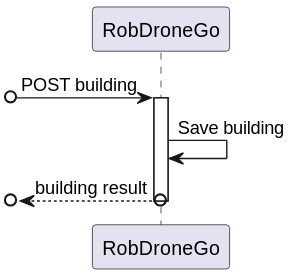
The PlantUML diagram docs/US/ID-150/SD Lv1.svg in winqus/RobDroneGo, before a commit.
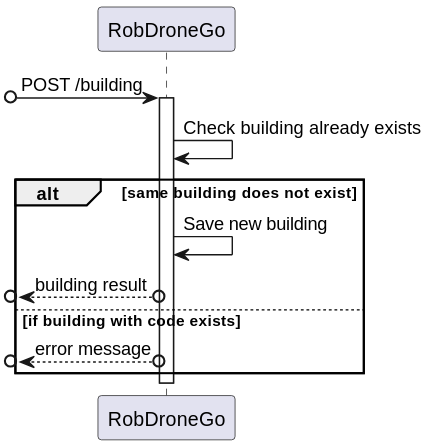
The same diagram one commit later.

Change to the diagram source:
```diff
@@ -1,12 +1,22 @@
 @startuml SD Lv1
 
 participant RobDroneGo as system
-[o-> system : POST building
+[o-> system : POST /building
 activate system
 
-system -> system : Save building
+system -> system : Check building already exists
 
-[o<--o system : building result
+alt same building does not exist
+
+    system -> system : Save new building
+
+    [o<--o system : building result
+
+else if building with code exists
+
+    [o<--o system : error message
+
+end
 deactivate system
 
 @enduml
```
